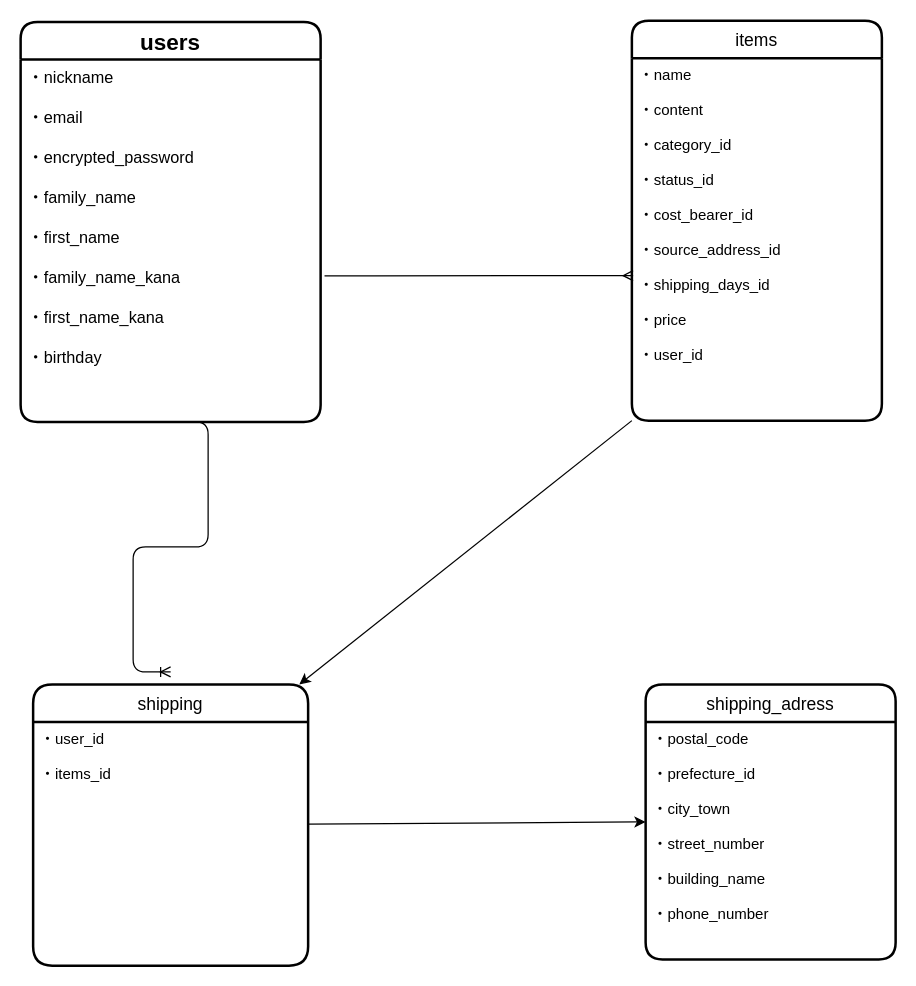
The draw.io diagram furima.dio in sinkaigyo46/furima-39591, before the edit. Source tidied: cells renumbered, new cells numbered last; positions are measured from the earlier drawing's top-left corner, leaving out a move shared by most shapes. Both pictures are drawn from the tidied source at 125%, with x=0, y=0 at pixel (20, 20).
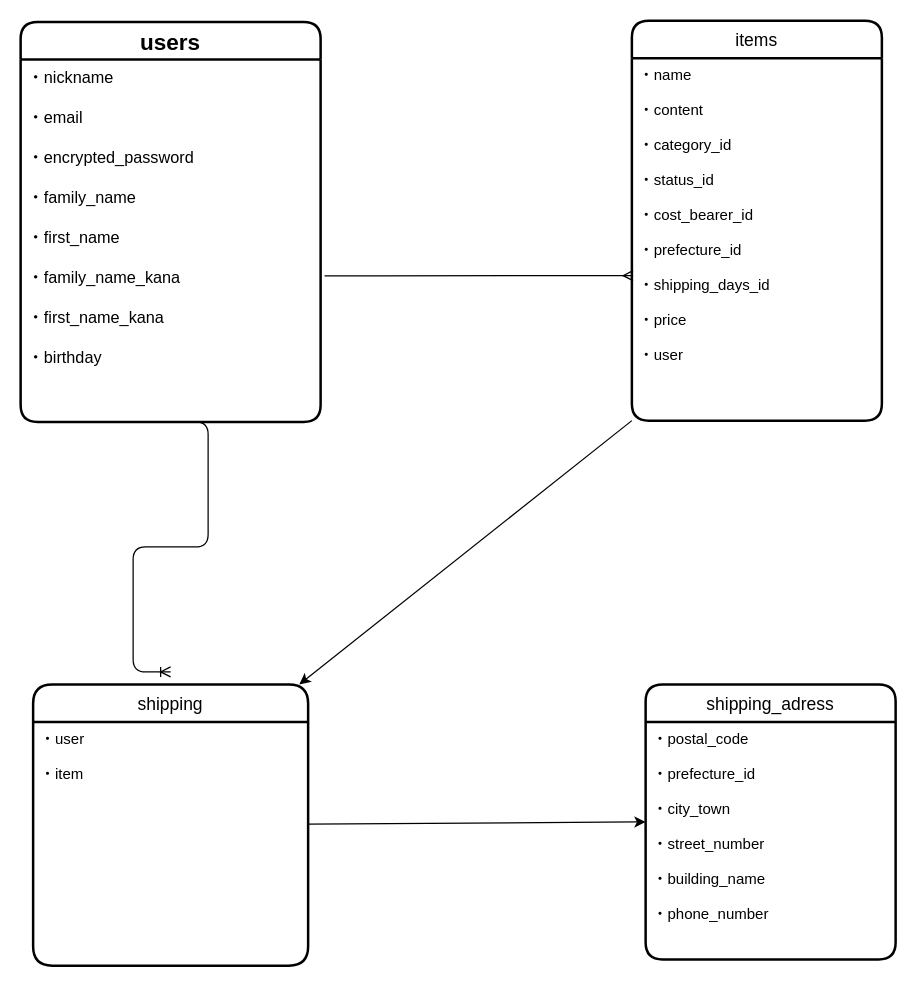
The same page after the edit.

What changed in the source:
```diff
@@
 <mxGraphModel>
   <root>
     <mxCell id="0" />
     <mxCell id="1" parent="0" />
     <mxCell id="2" value="users" style="swimlane;horizontal=1;startSize=30;rounded=1;fontSize=18;fontStyle=1;strokeWidth=2;shadow=0;dashed=0;align=center;" parent="1" vertex="1">
       <mxGeometry y="1" width="240" height="320" as="geometry" />
     </mxCell>
     <mxCell id="3" value="・nickname&#10;&#10;・email&#10;&#10;・encrypted_password&#10;&#10;・family_name&#10;&#10;・first_name&#10;&#10;・family_name_kana&#10;&#10;・first_name_kana&#10;&#10;・birthday" style="align=left;strokeColor=none;fillColor=none;spacingLeft=4;fontSize=13;verticalAlign=top;" parent="2" vertex="1">
       <mxGeometry y="30" width="240" height="290" as="geometry" />
     </mxCell>
     <mxCell id="4" style="edgeStyle=entityRelationEdgeStyle;fontSize=12;html=1;endArrow=ERoneToMany;" parent="2" edge="1">
       <mxGeometry relative="1" as="geometry">
         <mxPoint x="120" y="320" as="sourcePoint" />
         <mxPoint x="120" y="520" as="targetPoint" />
       </mxGeometry>
     </mxCell>
     <mxCell id="5" style="edgeStyle=none;html=1;exitX=0;exitY=1;exitDx=0;exitDy=0;entryX=0.968;entryY=0;entryDx=0;entryDy=0;entryPerimeter=0;fontSize=13;" parent="1" edge="1" source="6" target="9">
       <mxGeometry relative="1" as="geometry" />
     </mxCell>
     <mxCell id="6" value="items" style="swimlane;horizontal=1;startSize=30;rounded=1;fontSize=14;fontStyle=0;strokeWidth=2;shadow=0;dashed=0;align=center;" parent="1" vertex="1">
       <mxGeometry x="489" width="200" height="320" as="geometry" />
     </mxCell>
-    <mxCell id="7" value="・name&#10;&#10;・content&#10;&#10;・category_id&#10;&#10;・status_id&#10;&#10;・cost_bearer_id&#10;&#10;・source_address_id&#10;&#10;・shipping_days_id　&#10;&#10;・price&#10;&#10;・user_id&#10;&#10;&#10;" style="align=left;strokeColor=none;fillColor=none;spacingLeft=4;fontSize=12;verticalAlign=top;" parent="6" vertex="1">
+    <mxCell id="7" value="・name&#10;&#10;・content&#10;&#10;・category_id&#10;&#10;・status_id&#10;&#10;・cost_bearer_id&#10;&#10;・prefecture_id&#10;&#10;・shipping_days_id　&#10;&#10;・price&#10;&#10;・user&#10;&#10;&#10;" style="align=left;strokeColor=none;fillColor=none;spacingLeft=4;fontSize=12;verticalAlign=top;" parent="6" vertex="1">
       <mxGeometry y="30" width="200" height="290" as="geometry" />
     </mxCell>
     <mxCell id="8" style="edgeStyle=none;html=1;fontSize=13;entryX=0;entryY=0.5;entryDx=0;entryDy=0;" parent="1" edge="1" source="9" target="11">
       <mxGeometry relative="1" as="geometry" />
     </mxCell>
     <mxCell id="9" value="shipping" style="swimlane;horizontal=1;startSize=30;rounded=1;fontSize=14;fontStyle=0;strokeWidth=2;shadow=0;dashed=0;align=center;arcSize=17;" parent="1" vertex="1">
       <mxGeometry x="10" y="531" width="220" height="225" as="geometry" />
     </mxCell>
-    <mxCell id="10" value="・user_id&#10;&#10;・items_id&#10;" style="align=left;strokeColor=none;fillColor=none;spacingLeft=4;fontSize=12;verticalAlign=top;" parent="9" vertex="1">
+    <mxCell id="10" value="・user&#10;&#10;・item&#10;" style="align=left;strokeColor=none;fillColor=none;spacingLeft=4;fontSize=12;verticalAlign=top;" parent="9" vertex="1">
       <mxGeometry y="30" width="220" height="195" as="geometry" />
     </mxCell>
     <mxCell id="11" value="shipping_adress" style="swimlane;horizontal=1;startSize=30;rounded=1;fontSize=14;fontStyle=0;strokeWidth=2;shadow=0;dashed=0;align=center;" parent="1" vertex="1">
       <mxGeometry x="500" y="531" width="200" height="220" as="geometry" />
     </mxCell>
     <mxCell id="12" value="・postal_code&#10;&#10;・prefecture_id&#10;&#10;・city_town&#10;&#10;・street_number&#10;&#10;・building_name&#10;&#10;・phone_number" style="align=left;strokeColor=none;fillColor=none;spacingLeft=4;fontSize=12;verticalAlign=top;" parent="11" vertex="1">
       <mxGeometry y="30" width="200" height="190" as="geometry" />
     </mxCell>
     <mxCell id="13" style="edgeStyle=entityRelationEdgeStyle;fontSize=12;html=1;endArrow=ERmany;exitX=1.013;exitY=0.597;exitDx=0;exitDy=0;exitPerimeter=0;" parent="1" edge="1" source="3">
       <mxGeometry relative="1" as="geometry">
         <mxPoint x="490" y="204" as="targetPoint" />
       </mxGeometry>
     </mxCell>
   </root>
 </mxGraphModel>
```
